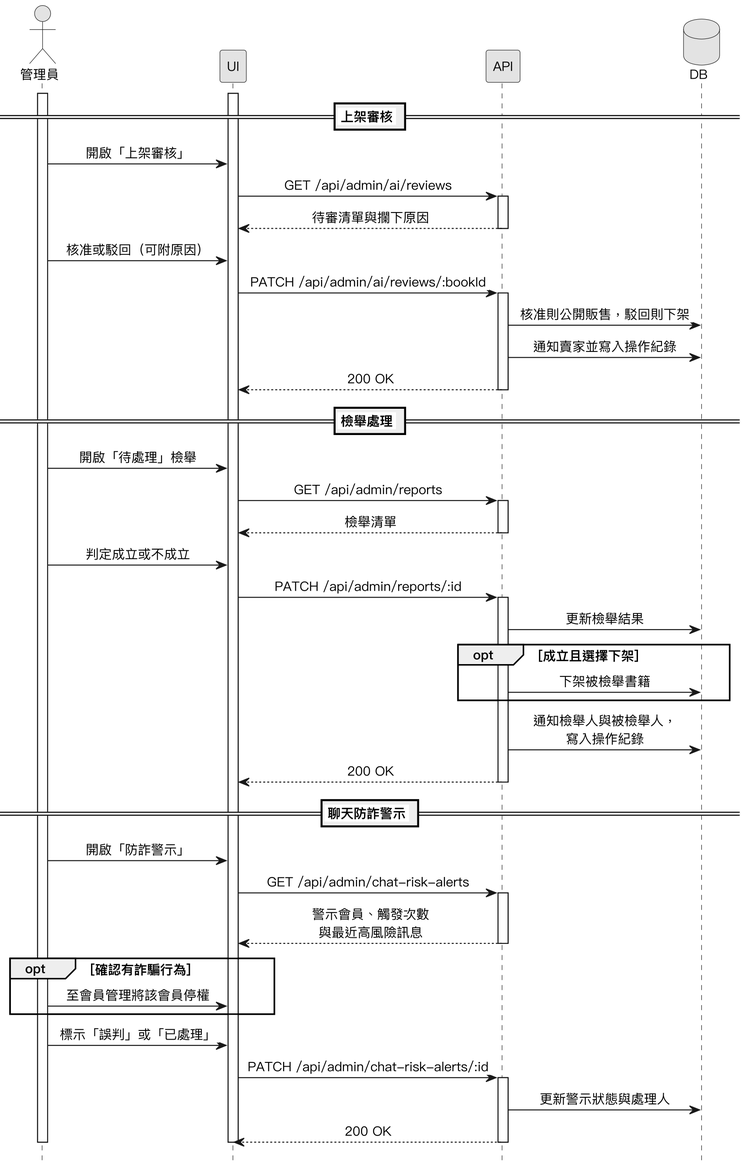
Above: Diagrams/Sequence Diagrams/v3/seq_admin_review.png in SaveMyBook/SaveMyBook (PlantUML), before the change.
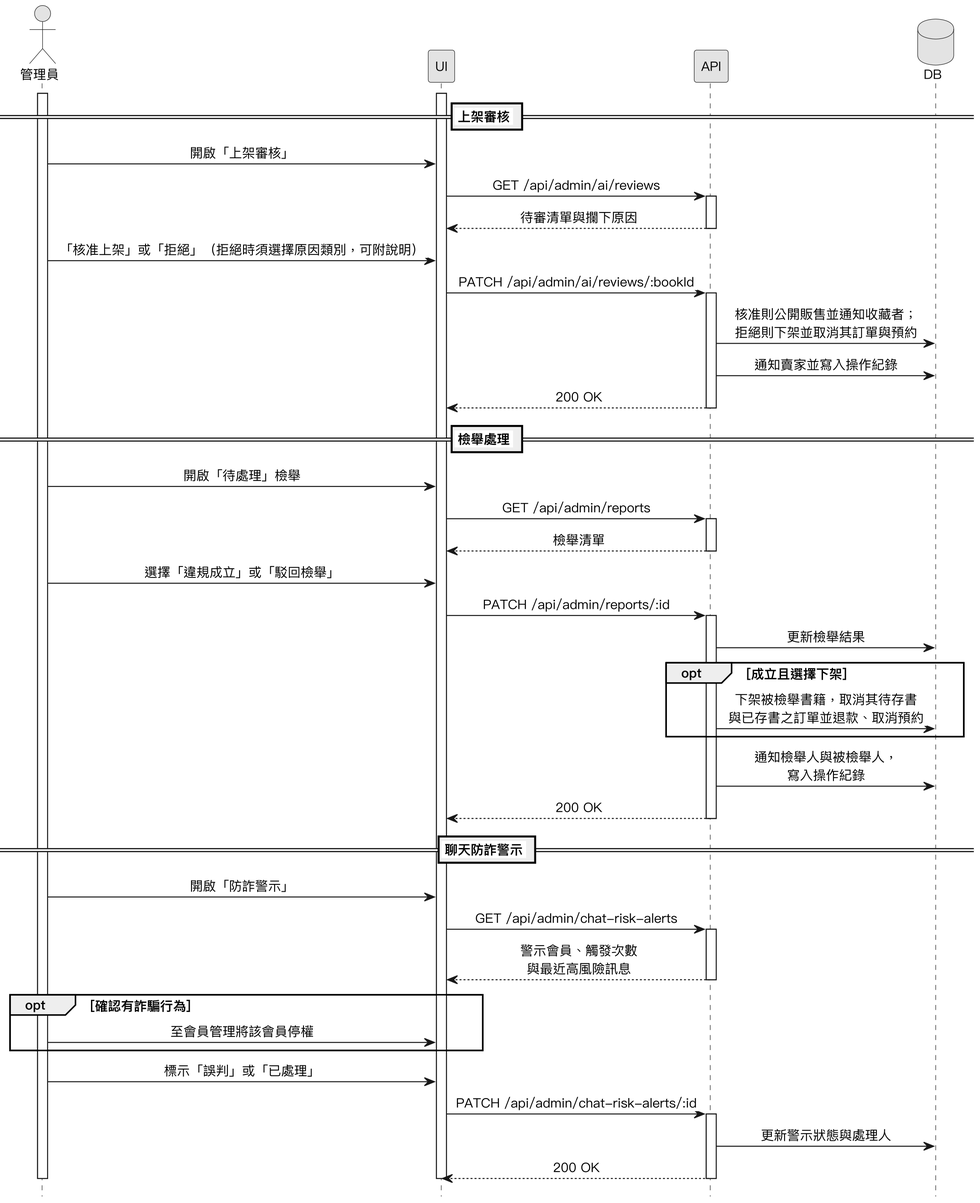
The same file after the commit.

Diff of the diagram source:
```diff
@@ -21,10 +21,10 @@
 activate API
 API --> UI : 待審清單與攔下原因
 deactivate API
-管理員 -> UI : 核准或駁回（可附原因）
+管理員 -> UI : 「核准上架」或「拒絕」（拒絕時須選擇原因類別，可附說明）
 UI -> API : PATCH /api/admin/ai/reviews/:bookId
 activate API
-API -> DB : 核准則公開販售，駁回則下架
+API -> DB : 核准則公開販售並通知收藏者；\n拒絕則下架並取消其訂單與預約
 API -> DB : 通知賣家並寫入操作紀錄
 API --> UI : 200 OK
 deactivate API
@@ -35,12 +35,12 @@
 activate API
 API --> UI : 檢舉清單
 deactivate API
-管理員 -> UI : 判定成立或不成立
+管理員 -> UI : 選擇「違規成立」或「駁回檢舉」
 UI -> API : PATCH /api/admin/reports/:id
 activate API
 API -> DB : 更新檢舉結果
 opt 成立且選擇下架
-  API -> DB : 下架被檢舉書籍
+  API -> DB : 下架被檢舉書籍，取消其待存書\n與已存書之訂單並退款、取消預約
 end
 API -> DB : 通知檢舉人與被檢舉人，\n寫入操作紀錄
 API --> UI : 200 OK
```
